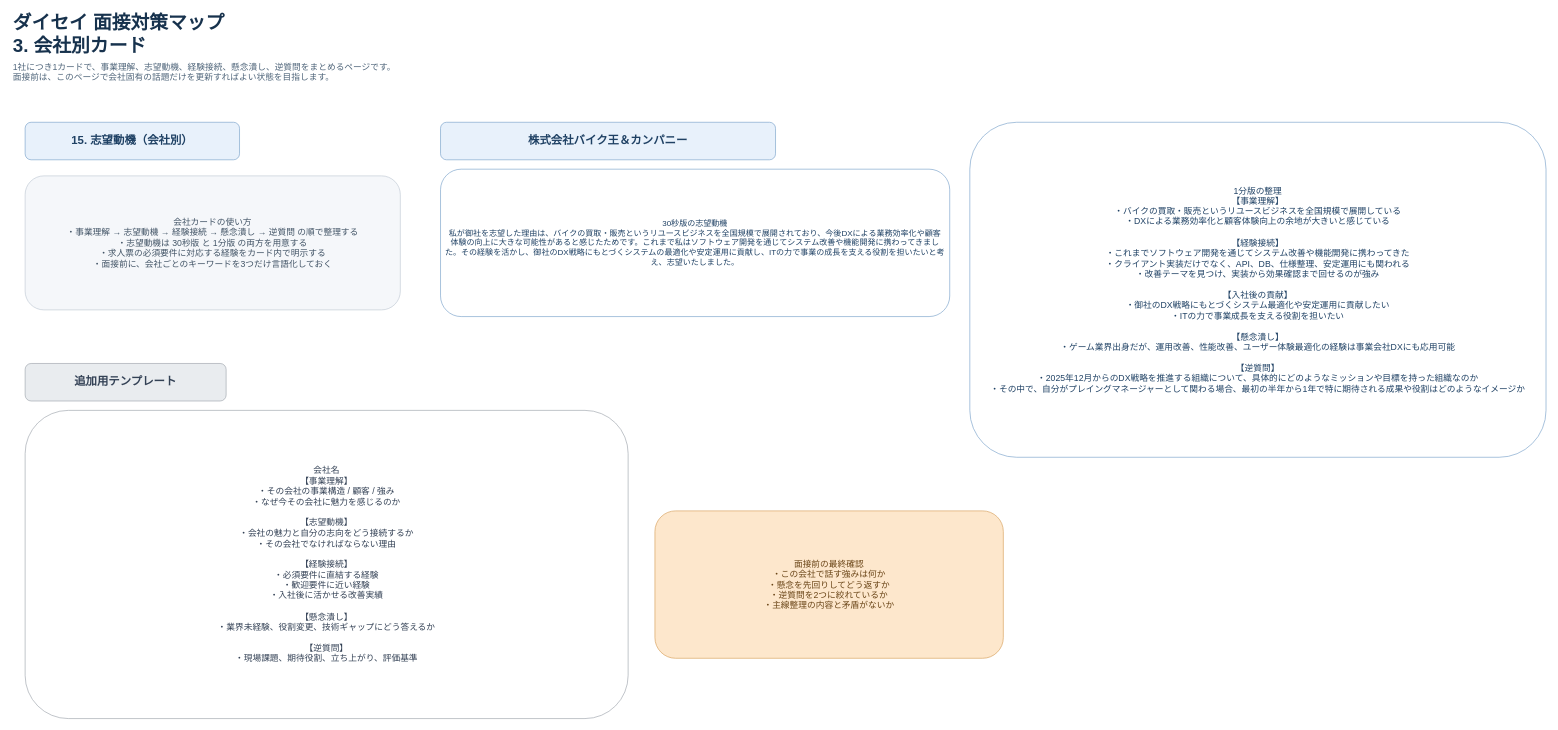
The draw.io diagram page "3. 会社別カード" (3 of 3) of interview-prep-structure.drawio in bodacheng/ForInterview, before the edit. Source tidied: cells renumbered, new cells numbered last; positions are measured from the earlier drawing's top-left corner, leaving out a move shared by most shapes. Both pictures are drawn from the tidied source at 67%, with x=0, y=0 at pixel (11, 15).
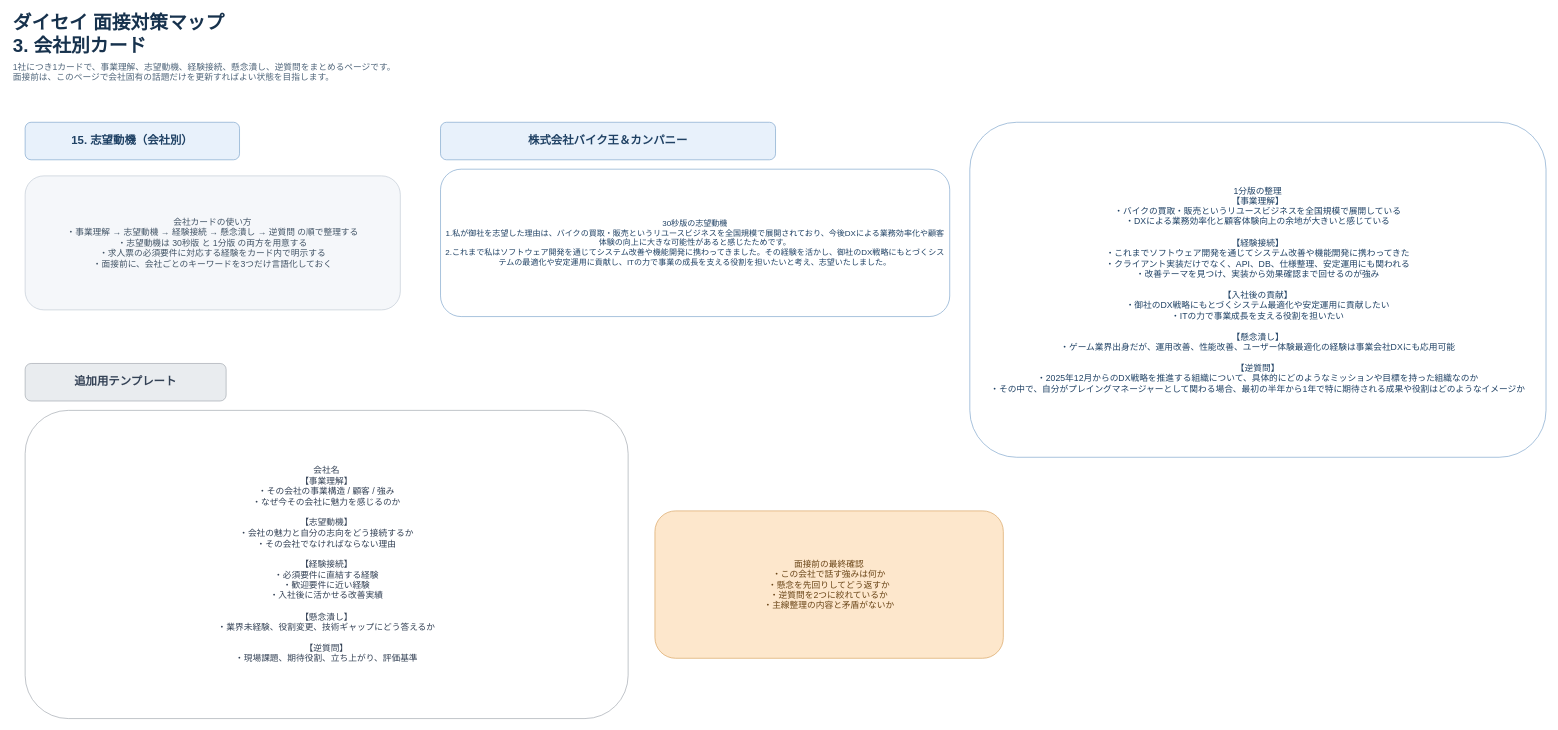
The same diagram, later.

Change to the diagram source:
```diff
@@
 <mxGraphModel>
   <root>
     <mxCell id="0" />
     <mxCell id="1" parent="0" />
     <mxCell id="2" value="ダイセイ 面接対策マップ&#10;3. 会社別カード" style="text;html=1;strokeColor=none;fillColor=none;align=left;verticalAlign=middle;whiteSpace=wrap;rounded=0;fontSize=28;fontStyle=1;fontColor=#17324D;" parent="1" vertex="1">
       <mxGeometry width="760" height="56" as="geometry" />
     </mxCell>
     <mxCell id="3" value="1社につき1カードで、事業理解、志望動機、経験接続、懸念潰し、逆質問をまとめるページです。&#10;面接前は、このページで会社固有の話題だけを更新すればよい状態を目指します。" style="text;html=1;strokeColor=none;fillColor=none;align=left;verticalAlign=middle;whiteSpace=wrap;rounded=0;fontSize=13;fontColor=#4F657A;" parent="1" vertex="1">
       <mxGeometry y="60" width="1200" height="50" as="geometry" />
     </mxCell>
     <mxCell id="4" value="15. 志望動機（会社別）" style="rounded=1;whiteSpace=wrap;html=1;fillColor=#E8F1FB;strokeColor=#7EA5CC;fontStyle=1;fontSize=17;fontColor=#1F4164;arcSize=16;" parent="1" vertex="1">
       <mxGeometry x="20" y="160" width="320" height="56" as="geometry" />
     </mxCell>
     <mxCell id="5" value="会社カードの使い方&#10;・事業理解 → 志望動機 → 経験接続 → 懸念潰し → 逆質問 の順で整理する&#10;・志望動機は 30秒版 と 1分版 の両方を用意する&#10;・求人票の必須要件に対応する経験をカード内で明示する&#10;・面接前に、会社ごとのキーワードを3つだけ言語化しておく" style="rounded=1;whiteSpace=wrap;html=1;fillColor=#F5F7FA;strokeColor=#C2CBD6;fontSize=13;fontColor=#425466;spacing=8;arcSize=14;" parent="1" vertex="1">
       <mxGeometry x="20" y="240" width="560" height="200" as="geometry" />
     </mxCell>
     <mxCell id="6" value="株式会社バイク王＆カンパニー" style="rounded=1;whiteSpace=wrap;html=1;fillColor=#E8F1FB;strokeColor=#7EA5CC;fontStyle=1;fontSize=17;fontColor=#1F4164;arcSize=16;" parent="1" vertex="1">
       <mxGeometry x="640" y="160" width="500" height="56" as="geometry" />
     </mxCell>
-    <mxCell id="7" value="30秒版の志望動機&#10;私が御社を志望した理由は、バイクの買取・販売というリユースビジネスを全国規模で展開されており、今後DXによる業務効率化や顧客体験の向上に大きな可能性があると感じたためです。これまで私はソフトウェア開発を通じてシステム改善や機能開発に携わってきました。その経験を活かし、御社のDX戦略にもとづくシステムの最適化や安定運用に貢献し、ITの力で事業の成長を支える役割を担いたいと考え、志望いたしました。" style="rounded=1;whiteSpace=wrap;html=1;fillColor=#FFFFFF;strokeColor=#7EA5CC;fontSize=12;fontColor=#1F4164;spacing=8;arcSize=14;" parent="1" vertex="1">
+    <mxCell id="7" value="30秒版の志望動機&lt;br&gt;1.私が御社を志望した理由は、バイクの買取・販売というリユースビジネスを全国規模で展開されており、今後DXによる業務効率化や顧客体験の向上に大きな可能性があると感じたためです。&lt;div&gt;2.これまで私はソフトウェア開発を通じてシステム改善や機能開発に携わってきました。その経験を活かし、御社のDX戦略にもとづくシステムの最適化や安定運用に貢献し、ITの力で事業の成長を支える役割を担いたいと考え、志望いたしました。&lt;/div&gt;" style="rounded=1;whiteSpace=wrap;html=1;fillColor=#FFFFFF;strokeColor=#7EA5CC;fontSize=12;fontColor=#1F4164;spacing=8;arcSize=14;" parent="1" vertex="1">
       <mxGeometry x="640" y="230" width="760" height="220" as="geometry" />
     </mxCell>
     <mxCell id="8" value="1分版の整理&#10;【事業理解】&#10;・バイクの買取・販売というリユースビジネスを全国規模で展開している&#10;・DXによる業務効率化と顧客体験向上の余地が大きいと感じている&#10;&#10;【経験接続】&#10;・これまでソフトウェア開発を通じてシステム改善や機能開発に携わってきた&#10;・クライアント実装だけでなく、API、DB、仕様整理、安定運用にも関われる&#10;・改善テーマを見つけ、実装から効果確認まで回せるのが強み&#10;&#10;【入社後の貢献】&#10;・御社のDX戦略にもとづくシステム最適化や安定運用に貢献したい&#10;・ITの力で事業成長を支える役割を担いたい&#10;&#10;【懸念潰し】&#10;・ゲーム業界出身だが、運用改善、性能改善、ユーザー体験最適化の経験は事業会社DXにも応用可能&#10;&#10;【逆質問】&#10;・2025年12月からのDX戦略を推進する組織について、具体的にどのようなミッションや目標を持った組織なのか&#10;・その中で、自分がプレイングマネージャーとして関わる場合、最初の半年から1年で特に期待される成果や役割はどのようなイメージか" style="rounded=1;whiteSpace=wrap;html=1;fillColor=#FFFFFF;strokeColor=#7EA5CC;fontSize=13;fontColor=#1F4164;spacing=8;arcSize=14;" parent="1" vertex="1">
       <mxGeometry x="1430" y="160" width="860" height="500" as="geometry" />
     </mxCell>
     <mxCell id="9" value="追加用テンプレート" style="rounded=1;whiteSpace=wrap;html=1;fillColor=#E9ECEF;strokeColor=#A2A9B0;fontStyle=1;fontSize=17;fontColor=#334155;arcSize=16;" parent="1" vertex="1">
       <mxGeometry x="20" y="520" width="300" height="56" as="geometry" />
     </mxCell>
     <mxCell id="10" value="会社名&#10;【事業理解】&#10;・その会社の事業構造 / 顧客 / 強み&#10;・なぜ今その会社に魅力を感じるのか&#10;&#10;【志望動機】&#10;・会社の魅力と自分の志向をどう接続するか&#10;・その会社でなければならない理由&#10;&#10;【経験接続】&#10;・必須要件に直結する経験&#10;・歓迎要件に近い経験&#10;・入社後に活かせる改善実績&#10;&#10;【懸念潰し】&#10;・業界未経験、役割変更、技術ギャップにどう答えるか&#10;&#10;【逆質問】&#10;・現場課題、期待役割、立ち上がり、評価基準" style="rounded=1;whiteSpace=wrap;html=1;fillColor=#FFFFFF;strokeColor=#A2A9B0;fontSize=13;fontColor=#334155;spacing=8;arcSize=14;" parent="1" vertex="1">
       <mxGeometry x="20" y="590" width="900" height="460" as="geometry" />
     </mxCell>
     <mxCell id="11" value="面接前の最終確認&#10;・この会社で話す強みは何か&#10;・懸念を先回りしてどう返すか&#10;・逆質問を2つに絞れているか&#10;・主線整理の内容と矛盾がないか" style="rounded=1;whiteSpace=wrap;html=1;fillColor=#FDE7CC;strokeColor=#D9A25F;fontSize=13;fontColor=#6A4517;spacing=8;arcSize=14;" parent="1" vertex="1">
       <mxGeometry x="960" y="740" width="520" height="220" as="geometry" />
     </mxCell>
   </root>
 </mxGraphModel>
```
